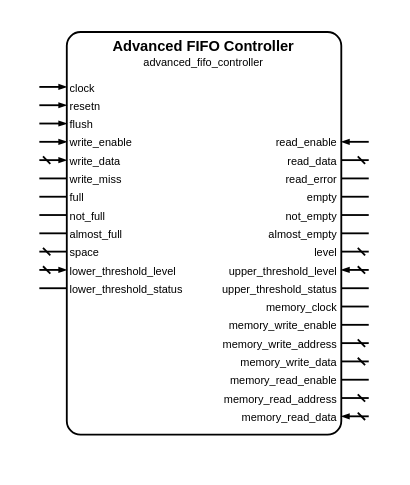
This is sources/data/controllers/advanced_fifo/advanced_fifo_controller.symbol.drawio from Louis-DR/OmniCores-BuildingBlocks, a draw.io file, before an edit. Source tidied: cells renumbered, new cells numbered last; positions are measured from the earlier drawing's top-left corner, leaving out a move shared by most shapes. Both pictures are drawn from the tidied source at 183%, with x=0, y=0 at pixel (38, 31).
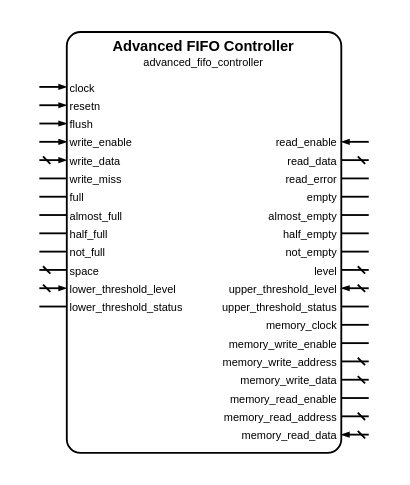
The same diagram, later.

Commit message (it also covers changes not shown here):
[Change] Add half-empty and half-full outputs to advanced FIFO controller + reorder the other flags

Change to the diagram source:
```diff
@@
     <mxCell id="2" style="group;" parent="1" vertex="1">
-      <mxGeometry width="180" height="220" as="geometry" />
+      <mxGeometry width="180" height="230" as="geometry" />
     </mxCell>
     <mxCell id="3" style="rounded=1;arcSize=5;fillColor=none;strokeWidth=1;strokeColor=black;whiteSpace=wrap;html=1;" parent="2" vertex="1">
-      <mxGeometry x="15" width="150" height="220" as="geometry" />
+      <mxGeometry x="15" width="150" height="230" as="geometry" />
     </mxCell>
@@
+    <mxCell id="32" value="almost_full" style="text;html=1;align=left;verticalAlign=middle;whiteSpace=wrap;rounded=0;fontSize=6;fontStyle=0;fontColor=black;" parent="2" vertex="1">
+      <mxGeometry x="15" y="100" width="150" as="geometry" />
+    </mxCell>
+    <mxCell id="33" style="html=1;rounded=1;strokeWidth=1;strokeColor=black;startFill=0;startSize=2;startArrow=none;endFill=1;endSize=2;endArrow=none;sourcePerimeterSpacing=0;" parent="2" edge="1">
+      <mxGeometry relative="1" as="geometry">
+        <mxPoint y="100" as="sourcePoint" />
+        <mxPoint x="15" y="100" as="targetPoint" />
+      </mxGeometry>
+    </mxCell>
+    <mxCell id="34" value="almost_empty" style="text;html=1;align=right;verticalAlign=middle;whiteSpace=wrap;rounded=0;fontSize=6;fontStyle=0;fontColor=black;" parent="2" vertex="1">
+      <mxGeometry x="15" y="100" width="150" as="geometry" />
+    </mxCell>
+    <mxCell id="35" style="html=1;rounded=1;strokeWidth=1;strokeColor=black;startFill=0;startSize=2;startArrow=none;endFill=1;endSize=2;endArrow=none;sourcePerimeterSpacing=0;" parent="2" edge="1">
+      <mxGeometry relative="1" as="geometry">
+        <mxPoint x="180" y="100" as="sourcePoint" />
+        <mxPoint x="165" y="100" as="targetPoint" />
+      </mxGeometry>
+    </mxCell>
+    <mxCell id="62" value="half_full" style="text;html=1;align=left;verticalAlign=middle;whiteSpace=wrap;rounded=0;fontSize=6;fontStyle=0;fontColor=black;" parent="2" vertex="1">
+      <mxGeometry x="15" y="110" width="150" as="geometry" />
+    </mxCell>
+    <mxCell id="63" style="html=1;rounded=1;strokeWidth=1;strokeColor=black;startFill=0;startSize=2;startArrow=none;endFill=1;endSize=2;endArrow=none;sourcePerimeterSpacing=0;" parent="2" edge="1">
+      <mxGeometry relative="1" as="geometry">
+        <mxPoint y="110" as="sourcePoint" />
+        <mxPoint x="15" y="110" as="targetPoint" />
+      </mxGeometry>
+    </mxCell>
+    <mxCell id="64" value="half_empty" style="text;html=1;align=right;verticalAlign=middle;whiteSpace=wrap;rounded=0;fontSize=6;fontStyle=0;fontColor=black;" parent="2" vertex="1">
+      <mxGeometry x="15" y="110" width="150" as="geometry" />
+    </mxCell>
+    <mxCell id="65" style="html=1;rounded=1;strokeWidth=1;strokeColor=black;startFill=0;startSize=2;startArrow=none;endFill=1;endSize=2;endArrow=none;sourcePerimeterSpacing=0;" parent="2" edge="1">
+      <mxGeometry relative="1" as="geometry">
+        <mxPoint x="180" y="110" as="sourcePoint" />
+        <mxPoint x="165" y="110" as="targetPoint" />
+      </mxGeometry>
+    </mxCell>
     <mxCell id="28" value="not_full" style="text;html=1;align=left;verticalAlign=middle;whiteSpace=wrap;rounded=0;fontSize=6;fontStyle=0;fontColor=black;" parent="2" vertex="1">
-      <mxGeometry x="15" y="100" width="150" as="geometry" />
+      <mxGeometry x="15" y="120" width="150" as="geometry" />
     </mxCell>
     <mxCell id="29" style="html=1;rounded=1;strokeWidth=1;strokeColor=black;startFill=0;startSize=2;startArrow=none;endFill=1;endSize=2;endArrow=none;sourcePerimeterSpacing=0;" parent="2" edge="1">
       <mxGeometry relative="1" as="geometry">
-        <mxPoint y="100" as="sourcePoint" />
-        <mxPoint x="15" y="100" as="targetPoint" />
+        <mxPoint y="120" as="sourcePoint" />
+        <mxPoint x="15" y="120" as="targetPoint" />
       </mxGeometry>
     </mxCell>
     <mxCell id="30" value="not_empty" style="text;html=1;align=right;verticalAlign=middle;whiteSpace=wrap;rounded=0;fontSize=6;fontStyle=0;fontColor=black;" parent="2" vertex="1">
-      <mxGeometry x="15" y="100" width="150" as="geometry" />
+      <mxGeometry x="15" y="120" width="150" as="geometry" />
     </mxCell>
     <mxCell id="31" style="html=1;rounded=1;strokeWidth=1;strokeColor=black;startFill=0;startSize=2;startArrow=none;endFill=1;endSize=2;endArrow=none;sourcePerimeterSpacing=0;" parent="2" edge="1">
       <mxGeometry relative="1" as="geometry">
-        <mxPoint x="180" y="100" as="sourcePoint" />
-        <mxPoint x="165" y="100" as="targetPoint" />
+        <mxPoint x="180" y="120" as="sourcePoint" />
+        <mxPoint x="165" y="120" as="targetPoint" />
       </mxGeometry>
     </mxCell>
-    <mxCell id="32" value="almost_full" style="text;html=1;align=left;verticalAlign=middle;whiteSpace=wrap;rounded=0;fontSize=6;fontStyle=0;fontColor=black;" parent="2" vertex="1">
-      <mxGeometry x="15" y="110" width="150" as="geometry" />
-    </mxCell>
-    <mxCell id="33" style="html=1;rounded=1;strokeWidth=1;strokeColor=black;startFill=0;startSize=2;startArrow=none;endFill=1;endSize=2;endArrow=none;sourcePerimeterSpacing=0;" parent="2" edge="1">
-      <mxGeometry relative="1" as="geometry">
-        <mxPoint y="110" as="sourcePoint" />
-        <mxPoint x="15" y="110" as="targetPoint" />
-      </mxGeometry>
-    </mxCell>
-    <mxCell id="34" value="almost_empty" style="text;html=1;align=right;verticalAlign=middle;whiteSpace=wrap;rounded=0;fontSize=6;fontStyle=0;fontColor=black;" parent="2" vertex="1">
-      <mxGeometry x="15" y="110" width="150" as="geometry" />
-    </mxCell>
-    <mxCell id="35" style="html=1;rounded=1;strokeWidth=1;strokeColor=black;startFill=0;startSize=2;startArrow=none;endFill=1;endSize=2;endArrow=none;sourcePerimeterSpacing=0;" parent="2" edge="1">
-      <mxGeometry relative="1" as="geometry">
-        <mxPoint x="180" y="110" as="sourcePoint" />
-        <mxPoint x="165" y="110" as="targetPoint" />
-      </mxGeometry>
-    </mxCell>
     <mxCell id="36" value="space" style="text;html=1;align=left;verticalAlign=middle;whiteSpace=wrap;rounded=0;fontSize=6;fontStyle=0;fontColor=black;" parent="2" vertex="1">
-      <mxGeometry x="15" y="120" width="150" as="geometry" />
+      <mxGeometry x="15" y="130" width="150" as="geometry" />
     </mxCell>
     <mxCell id="37" style="html=1;rounded=1;strokeWidth=1;strokeColor=black;startFill=0;startSize=2;startArrow=dash;endFill=1;endSize=2;endArrow=none;sourcePerimeterSpacing=0;" parent="2" edge="1">
       <mxGeometry relative="1" as="geometry">
-        <mxPoint y="120" as="sourcePoint" />
-        <mxPoint x="15" y="120" as="targetPoint" />
+        <mxPoint y="130" as="sourcePoint" />
+        <mxPoint x="15" y="130" as="targetPoint" />
       </mxGeometry>
     </mxCell>
     <mxCell id="38" value="level" style="text;html=1;align=right;verticalAlign=middle;whiteSpace=wrap;rounded=0;fontSize=6;fontStyle=0;fontColor=black;" parent="2" vertex="1">
-      <mxGeometry x="15" y="120" width="150" as="geometry" />
+      <mxGeometry x="15" y="130" width="150" as="geometry" />
     </mxCell>
     <mxCell id="39" style="html=1;rounded=1;strokeWidth=1;strokeColor=black;startFill=0;startSize=2;startArrow=dash;endFill=1;endSize=2;endArrow=none;sourcePerimeterSpacing=0;" parent="2" edge="1">
       <mxGeometry relative="1" as="geometry">
-        <mxPoint x="180" y="120" as="sourcePoint" />
-        <mxPoint x="165" y="120" as="targetPoint" />
+        <mxPoint x="180" y="130" as="sourcePoint" />
+        <mxPoint x="165" y="130" as="targetPoint" />
       </mxGeometry>
     </mxCell>
     <mxCell id="40" value="lower_threshold_level" style="text;html=1;align=left;verticalAlign=middle;whiteSpace=wrap;rounded=0;fontSize=6;fontStyle=0;fontColor=black;" parent="2" vertex="1">
-      <mxGeometry x="15" y="130" width="150" as="geometry" />
+      <mxGeometry x="15" y="140" width="150" as="geometry" />
     </mxCell>
     <mxCell id="41" style="html=1;rounded=1;strokeWidth=1;strokeColor=black;startFill=0;startSize=2;startArrow=dash;endFill=1;endSize=2;endArrow=blockThin;sourcePerimeterSpacing=0;" parent="2" edge="1">
       <mxGeometry relative="1" as="geometry">
-        <mxPoint y="130" as="sourcePoint" />
-        <mxPoint x="15" y="130" as="targetPoint" />
+        <mxPoint y="140" as="sourcePoint" />
+        <mxPoint x="15" y="140" as="targetPoint" />
       </mxGeometry>
     </mxCell>
     <mxCell id="42" value="upper_threshold_level" style="text;html=1;align=right;verticalAlign=middle;whiteSpace=wrap;rounded=0;fontSize=6;fontStyle=0;fontColor=black;" parent="2" vertex="1">
-      <mxGeometry x="15" y="130" width="150" as="geometry" />
+      <mxGeometry x="15" y="140" width="150" as="geometry" />
     </mxCell>
     <mxCell id="43" style="html=1;rounded=1;strokeWidth=1;strokeColor=black;startFill=0;startSize=2;startArrow=dash;endFill=1;endSize=2;endArrow=blockThin;sourcePerimeterSpacing=0;" parent="2" edge="1">
       <mxGeometry relative="1" as="geometry">
-        <mxPoint x="180" y="130" as="sourcePoint" />
-        <mxPoint x="165" y="130" as="targetPoint" />
+        <mxPoint x="180" y="140" as="sourcePoint" />
+        <mxPoint x="165" y="140" as="targetPoint" />
       </mxGeometry>
     </mxCell>
     <mxCell id="44" value="lower_threshold_status" style="text;html=1;align=left;verticalAlign=middle;whiteSpace=wrap;rounded=0;fontSize=6;fontStyle=0;fontColor=black;" parent="2" vertex="1">
-      <mxGeometry x="15" y="140" width="150" as="geometry" />
+      <mxGeometry x="15" y="150" width="150" as="geometry" />
     </mxCell>
     <mxCell id="45" style="html=1;rounded=1;strokeWidth=1;strokeColor=black;startFill=0;startSize=2;startArrow=none;endFill=1;endSize=2;endArrow=none;sourcePerimeterSpacing=0;" parent="2" edge="1">
       <mxGeometry relative="1" as="geometry">
-        <mxPoint y="140" as="sourcePoint" />
-        <mxPoint x="15" y="140" as="targetPoint" />
+        <mxPoint y="150" as="sourcePoint" />
+        <mxPoint x="15" y="150" as="targetPoint" />
       </mxGeometry>
     </mxCell>
     <mxCell id="46" value="upper_threshold_status" style="text;html=1;align=right;verticalAlign=middle;whiteSpace=wrap;rounded=0;fontSize=6;fontStyle=0;fontColor=black;" parent="2" vertex="1">
-      <mxGeometry x="15" y="140" width="150" as="geometry" />
+      <mxGeometry x="15" y="150" width="150" as="geometry" />
     </mxCell>
     <mxCell id="47" style="html=1;rounded=1;strokeWidth=1;strokeColor=black;startFill=0;startSize=2;startArrow=none;endFill=1;endSize=2;endArrow=none;sourcePerimeterSpacing=0;" parent="2" edge="1">
       <mxGeometry relative="1" as="geometry">
-        <mxPoint x="180" y="140" as="sourcePoint" />
-        <mxPoint x="165" y="140" as="targetPoint" />
+        <mxPoint x="180" y="150" as="sourcePoint" />
+        <mxPoint x="165" y="150" as="targetPoint" />
       </mxGeometry>
     </mxCell>
     <mxCell id="48" value="memory_clock" style="text;html=1;align=right;verticalAlign=middle;whiteSpace=wrap;rounded=0;fontSize=6;fontStyle=0;fontColor=black;" parent="2" vertex="1">
-      <mxGeometry x="15" y="150" width="150" as="geometry" />
+      <mxGeometry x="15" y="160" width="150" as="geometry" />
     </mxCell>
     <mxCell id="49" style="html=1;rounded=1;strokeWidth=1;strokeColor=black;startFill=0;startSize=2;startArrow=none;endFill=1;endSize=2;endArrow=none;sourcePerimeterSpacing=0;" parent="2" edge="1">
       <mxGeometry relative="1" as="geometry">
-        <mxPoint x="180" y="150" as="sourcePoint" />
-        <mxPoint x="165" y="150" as="targetPoint" />
+        <mxPoint x="180" y="160" as="sourcePoint" />
+        <mxPoint x="165" y="160" as="targetPoint" />
       </mxGeometry>
     </mxCell>
     <mxCell id="50" value="memory_write_enable" style="text;html=1;align=right;verticalAlign=middle;whiteSpace=wrap;rounded=0;fontSize=6;fontStyle=0;fontColor=black;" parent="2" vertex="1">
-      <mxGeometry x="15" y="160" width="150" as="geometry" />
+      <mxGeometry x="15" y="170" width="150" as="geometry" />
     </mxCell>
     <mxCell id="51" style="html=1;rounded=1;strokeWidth=1;strokeColor=black;startFill=0;startSize=2;startArrow=none;endFill=1;endSize=2;endArrow=none;sourcePerimeterSpacing=0;" parent="2" edge="1">
       <mxGeometry relative="1" as="geometry">
-        <mxPoint x="180" y="160" as="sourcePoint" />
-        <mxPoint x="165" y="160" as="targetPoint" />
+        <mxPoint x="180" y="170" as="sourcePoint" />
+        <mxPoint x="165" y="170" as="targetPoint" />
       </mxGeometry>
     </mxCell>
     <mxCell id="52" value="memory_write_address" style="text;html=1;align=right;verticalAlign=middle;whiteSpace=wrap;rounded=0;fontSize=6;fontStyle=0;fontColor=black;" parent="2" vertex="1">
-      <mxGeometry x="15" y="170" width="150" as="geometry" />
+      <mxGeometry x="15" y="180" width="150" as="geometry" />
     </mxCell>
     <mxCell id="53" style="html=1;rounded=1;strokeWidth=1;strokeColor=black;startFill=0;startSize=2;startArrow=dash;endFill=1;endSize=2;endArrow=none;sourcePerimeterSpacing=0;" parent="2" edge="1">
       <mxGeometry relative="1" as="geometry">
-        <mxPoint x="180" y="170" as="sourcePoint" />
-        <mxPoint x="165" y="170" as="targetPoint" />
+        <mxPoint x="180" y="180" as="sourcePoint" />
+        <mxPoint x="165" y="180" as="targetPoint" />
       </mxGeometry>
     </mxCell>
     <mxCell id="54" value="memory_write_data" style="text;html=1;align=right;verticalAlign=middle;whiteSpace=wrap;rounded=0;fontSize=6;fontStyle=0;fontColor=black;" parent="2" vertex="1">
-      <mxGeometry x="15" y="180" width="150" as="geometry" />
+      <mxGeometry x="15" y="190" width="150" as="geometry" />
     </mxCell>
     <mxCell id="55" style="html=1;rounded=1;strokeWidth=1;strokeColor=black;startFill=0;startSize=2;startArrow=dash;endFill=1;endSize=2;endArrow=none;sourcePerimeterSpacing=0;" parent="2" edge="1">
       <mxGeometry relative="1" as="geometry">
-        <mxPoint x="180" y="180" as="sourcePoint" />
-        <mxPoint x="165" y="180" as="targetPoint" />
+        <mxPoint x="180" y="190" as="sourcePoint" />
+        <mxPoint x="165" y="190" as="targetPoint" />
       </mxGeometry>
     </mxCell>
     <mxCell id="56" value="memory_read_enable" style="text;html=1;align=right;verticalAlign=middle;whiteSpace=wrap;rounded=0;fontSize=6;fontStyle=0;fontColor=black;" parent="2" vertex="1">
-      <mxGeometry x="15" y="190" width="150" as="geometry" />
+      <mxGeometry x="15" y="200" width="150" as="geometry" />
     </mxCell>
     <mxCell id="57" style="html=1;rounded=1;strokeWidth=1;strokeColor=black;startFill=0;startSize=2;startArrow=none;endFill=1;endSize=2;endArrow=none;sourcePerimeterSpacing=0;" parent="2" edge="1">
       <mxGeometry relative="1" as="geometry">
-        <mxPoint x="180" y="190" as="sourcePoint" />
-        <mxPoint x="165" y="190" as="targetPoint" />
+        <mxPoint x="180" y="200" as="sourcePoint" />
+        <mxPoint x="165" y="200" as="targetPoint" />
       </mxGeometry>
     </mxCell>
     <mxCell id="58" value="memory_read_address" style="text;html=1;align=right;verticalAlign=middle;whiteSpace=wrap;rounded=0;fontSize=6;fontStyle=0;fontColor=black;" parent="2" vertex="1">
-      <mxGeometry x="15" y="200" width="150" as="geometry" />
+      <mxGeometry x="15" y="210" width="150" as="geometry" />
     </mxCell>
     <mxCell id="59" style="html=1;rounded=1;strokeWidth=1;strokeColor=black;startFill=0;startSize=2;startArrow=dash;endFill=1;endSize=2;endArrow=none;sourcePerimeterSpacing=0;" parent="2" edge="1">
       <mxGeometry relative="1" as="geometry">
-        <mxPoint x="180" y="200" as="sourcePoint" />
-        <mxPoint x="165" y="200" as="targetPoint" />
+        <mxPoint x="180" y="210" as="sourcePoint" />
+        <mxPoint x="165" y="210" as="targetPoint" />
       </mxGeometry>
     </mxCell>
     <mxCell id="60" value="memory_read_data" style="text;html=1;align=right;verticalAlign=middle;whiteSpace=wrap;rounded=0;fontSize=6;fontStyle=0;fontColor=black;" parent="2" vertex="1">
-      <mxGeometry x="15" y="210" width="150" as="geometry" />
+      <mxGeometry x="15" y="220" width="150" as="geometry" />
     </mxCell>
     <mxCell id="61" style="html=1;rounded=1;strokeWidth=1;strokeColor=black;startFill=0;startSize=2;startArrow=dash;endFill=1;endSize=2;endArrow=blockThin;sourcePerimeterSpacing=0;" parent="2" edge="1">
       <mxGeometry relative="1" as="geometry">
-        <mxPoint x="180" y="210" as="sourcePoint" />
-        <mxPoint x="165" y="210" as="targetPoint" />
+        <mxPoint x="180" y="220" as="sourcePoint" />
+        <mxPoint x="165" y="220" as="targetPoint" />
       </mxGeometry>
     </mxCell>
```
